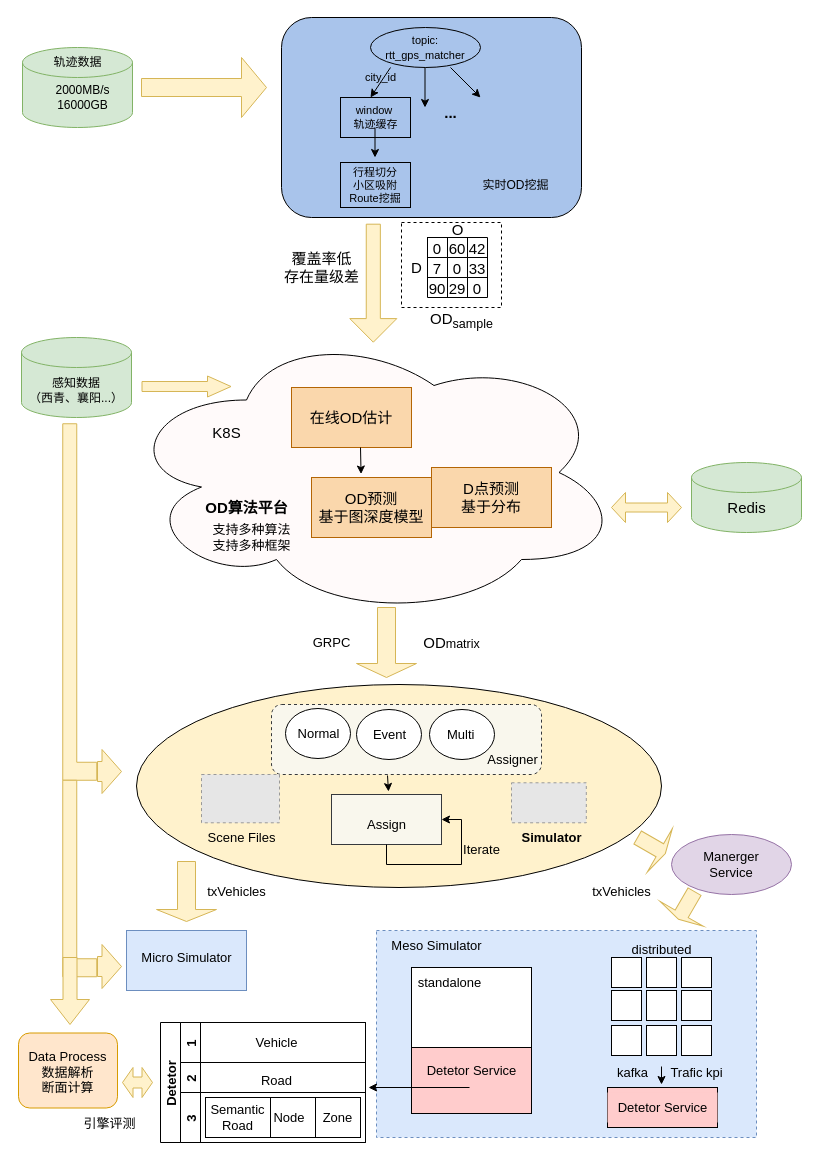
The draw.io diagram src/中微观一体化流程图Temp.drawio in Launche/traffic-simulation, before the edit. Source tidied: cells renumbered, new cells numbered last; positions are measured from the earlier drawing's top-left corner, leaving out a move shared by most shapes. Both pictures are drawn from the tidied source at 100%, with x=0, y=0 at pixel (-99, 17). Pictures stored in the file or linked from it are replaced by grey dashed boxes.
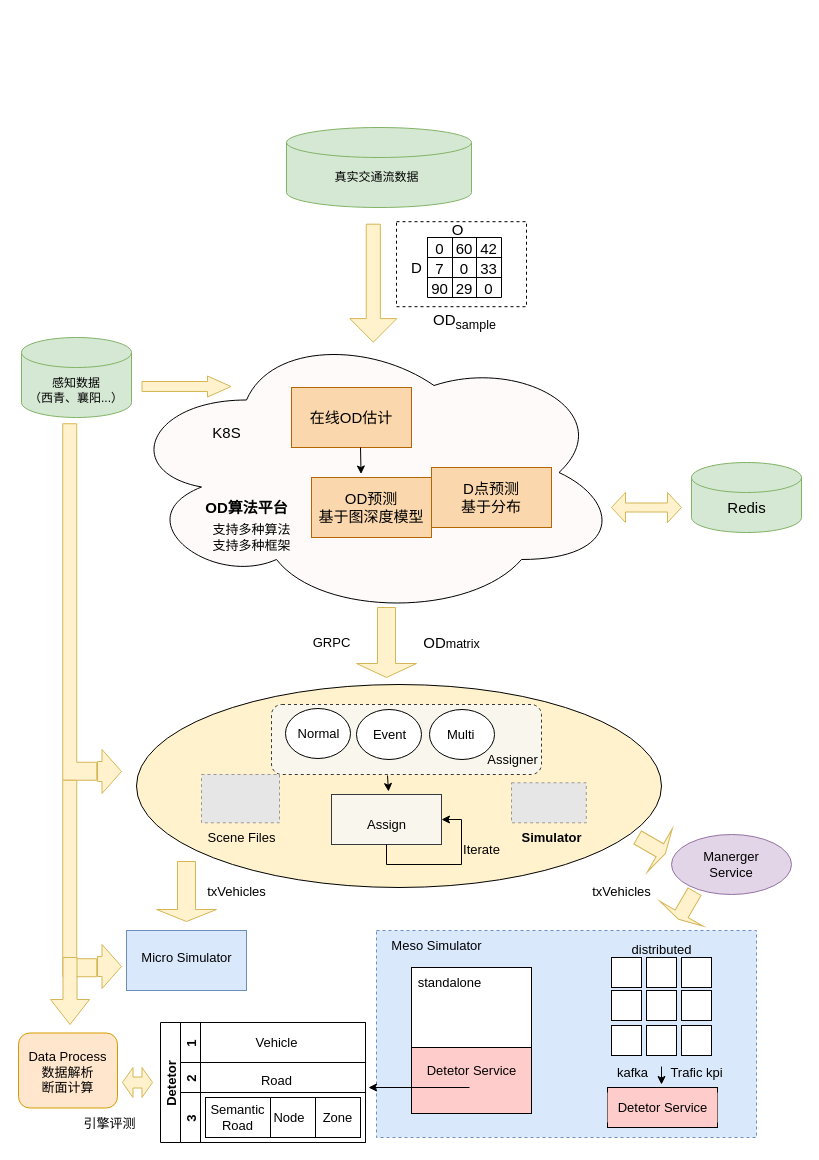
After the change.

Commit message (it also covers changes not shown here):
更新中微观一体化流程图Temp.drawio

What changed in the source:
```diff
@@
     <mxCell id="4" style="whiteSpace=wrap;html=1;fontSize=15;strokeColor=default;fillColor=#FFFFFF;dashed=1;" parent="1" vertex="1">
-      <mxGeometry x="500" y="205" width="100" height="85" as="geometry" />
+      <mxGeometry x="495" y="204.2" width="130" height="85" as="geometry" />
     </mxCell>
@@
     <mxCell id="6" style="shape=cylinder3;whiteSpace=wrap;html=1;boundedLbl=1;backgroundOutline=1;size=15;fillColor=#d5e8d4;strokeColor=#82b366;" parent="1" vertex="1">
-      <mxGeometry x="121" y="30" width="110" height="80" as="geometry" />
+      <mxGeometry x="385" y="110" width="185" height="80" as="geometry" />
     </mxCell>
-    <mxCell id="7" value="&lt;br&gt;&lt;span style=&quot;background-color: initial;&quot;&gt;2000MB/s &lt;br&gt;16000GB&lt;/span&gt;&lt;div&gt;&lt;br&gt;&lt;/div&gt;" style="text;html=1;align=center;verticalAlign=middle;strokeColor=none;fillColor=none;" parent="1" vertex="1">
-      <mxGeometry x="141" y="45" width="80" height="70" as="geometry" />
+    <mxCell id="7" value="真实交通流数据" style="text;html=1;align=center;verticalAlign=middle;strokeColor=none;fillColor=none;" parent="1" vertex="1">
+      <mxGeometry x="420" y="145" width="110" height="30" as="geometry" />
     </mxCell>
-    <mxCell id="8" value="轨迹数据" style="text;html=1;align=center;verticalAlign=middle;strokeColor=none;fillColor=none;" parent="1" vertex="1">
-      <mxGeometry x="141" y="30" width="70" height="30" as="geometry" />
-    </mxCell>
-    <mxCell id="9" style="rounded=1;whiteSpace=wrap;html=1;fillColor=#A9C4EB;" parent="1" vertex="1">
-      <mxGeometry x="380" width="300" height="200" as="geometry" />
-    </mxCell>
-    <mxCell id="10" value="实时OD挖掘" style="text;html=1;align=center;verticalAlign=middle;strokeColor=none;fillColor=none;" parent="1" vertex="1">
-      <mxGeometry x="569" y="152.5" width="90" height="30" as="geometry" />
-    </mxCell>
-    <mxCell id="11" value="&lt;font style=&quot;font-size: 11px;&quot;&gt;topic: rtt_gps_matcher&lt;/font&gt;" style="ellipse;whiteSpace=wrap;html=1;fillColor=#A9C4EB;" parent="1" vertex="1">
-      <mxGeometry x="469" y="10" width="110" height="40" as="geometry" />
-    </mxCell>
-    <mxCell id="12" style="endArrow=classic;html=1;rounded=0;fontSize=11;" parent="1" edge="1">
-      <mxGeometry relative="1" as="geometry">
-        <mxPoint x="489" y="50" as="sourcePoint" />
-        <mxPoint x="469" y="80" as="targetPoint" />
-      </mxGeometry>
-    </mxCell>
-    <mxCell id="13" value="city_id" style="text;html=1;align=center;verticalAlign=middle;strokeColor=none;fillColor=none;fontSize=11;" parent="1" vertex="1">
-      <mxGeometry x="449" y="45" width="60" height="30" as="geometry" />
-    </mxCell>
-    <mxCell id="14" style="endArrow=classic;html=1;rounded=0;fontSize=11;" parent="1" edge="1">
-      <mxGeometry relative="1" as="geometry">
-        <mxPoint x="523.5" y="50" as="sourcePoint" />
-        <mxPoint x="523.5" y="90" as="targetPoint" />
-      </mxGeometry>
-    </mxCell>
-    <mxCell id="15" style="endArrow=classic;html=1;rounded=0;fontSize=11;" parent="1" edge="1">
-      <mxGeometry relative="1" as="geometry">
-        <mxPoint x="549" y="50" as="sourcePoint" />
-        <mxPoint x="579" y="80" as="targetPoint" />
-      </mxGeometry>
-    </mxCell>
-    <mxCell id="16" style="ellipse;whiteSpace=wrap;html=1;fontSize=11;" parent="1" vertex="1">
-      <mxGeometry x="439" y="85" width="70" height="30" as="geometry" />
-    </mxCell>
-    <mxCell id="17" value="window&amp;nbsp;&lt;br&gt;轨迹缓存" style="text;html=1;align=center;verticalAlign=middle;strokeColor=default;fillColor=#A9C4EB;fontSize=11;" parent="1" vertex="1">
-      <mxGeometry x="439" y="80" width="70" height="40" as="geometry" />
-    </mxCell>
-    <mxCell id="18" style="endArrow=classic;html=1;rounded=0;fontSize=11;" parent="1" edge="1">
-      <mxGeometry relative="1" as="geometry">
-        <mxPoint x="473.5" y="110" as="sourcePoint" />
-        <mxPoint x="473.5" y="140" as="targetPoint" />
-      </mxGeometry>
-    </mxCell>
-    <mxCell id="19" value="行程切分&lt;br&gt;小区吸附&lt;br&gt;Route挖掘" style="whiteSpace=wrap;html=1;fontSize=11;fillColor=#A9C4EB;" parent="1" vertex="1">
-      <mxGeometry x="439" y="145" width="70" height="45" as="geometry" />
-    </mxCell>
-    <mxCell id="20" value="&lt;b&gt;&lt;font style=&quot;font-size: 15px;&quot;&gt;...&lt;/font&gt;&lt;/b&gt;" style="text;html=1;align=center;verticalAlign=middle;strokeColor=none;fillColor=none;fontSize=11;" parent="1" vertex="1">
-      <mxGeometry x="529" y="80" width="40" height="30" as="geometry" />
-    </mxCell>
@@
     <mxCell id="23" style="shape=table;html=1;whiteSpace=wrap;startSize=0;childLayout=tableLayout;fontSize=15;" parent="1" vertex="1">
-      <mxGeometry x="526" y="220" width="60" height="60" as="geometry" />
+      <mxGeometry x="526" y="220" width="74" height="60" as="geometry" />
     </mxCell>
     <mxCell id="24" style="shape=tableRow;horizontal=0;startSize=0;swimlaneHead=0;swimlaneBody=0;top=0;left=0;bottom=0;right=0;fillColor=none;fontSize=15;strokeColor=default;" parent="23" vertex="1">
-      <mxGeometry width="60" height="20" as="geometry" />
+      <mxGeometry width="74" height="20" as="geometry" />
     </mxCell>
     <mxCell id="25" value="0" style="shape=partialRectangle;html=1;whiteSpace=wrap;fillColor=none;top=0;left=0;bottom=0;right=0;overflow=hidden;fontSize=15;strokeColor=default;" parent="24" vertex="1">
-      <mxGeometry width="20" height="20" as="geometry" />
+      <mxGeometry width="25" height="20" as="geometry" />
     </mxCell>
     <mxCell id="26" value="60" style="shape=partialRectangle;html=1;whiteSpace=wrap;fillColor=none;top=0;left=0;bottom=0;right=0;overflow=hidden;fontSize=15;strokeColor=default;" parent="24" vertex="1">
-      <mxGeometry x="20" width="20" height="20" as="geometry" />
+      <mxGeometry x="25" width="24" height="20" as="geometry" />
     </mxCell>
     <mxCell id="27" value="42" style="shape=partialRectangle;html=1;whiteSpace=wrap;fillColor=none;top=0;left=0;bottom=0;right=0;overflow=hidden;fontSize=15;strokeColor=default;" parent="24" vertex="1">
-      <mxGeometry x="40" width="20" height="20" as="geometry" />
+      <mxGeometry x="49" width="25" height="20" as="geometry" />
     </mxCell>
     <mxCell id="28" style="shape=tableRow;horizontal=0;startSize=0;swimlaneHead=0;swimlaneBody=0;top=0;left=0;bottom=0;right=0;fillColor=none;fontSize=15;strokeColor=default;" parent="23" vertex="1">
-      <mxGeometry y="20" width="60" height="20" as="geometry" />
+      <mxGeometry y="20" width="74" height="20" as="geometry" />
     </mxCell>
     <mxCell id="29" value="7" style="shape=partialRectangle;html=1;whiteSpace=wrap;fillColor=none;top=0;left=0;bottom=0;right=0;overflow=hidden;fontSize=15;strokeColor=default;" parent="28" vertex="1">
-      <mxGeometry width="20" height="20" as="geometry" />
+      <mxGeometry width="25" height="20" as="geometry" />
     </mxCell>
     <mxCell id="30" value="0" style="shape=partialRectangle;html=1;whiteSpace=wrap;fillColor=none;top=0;left=0;bottom=0;right=0;overflow=hidden;fontSize=15;strokeColor=default;" parent="28" vertex="1">
-      <mxGeometry x="20" width="20" height="20" as="geometry" />
+      <mxGeometry x="25" width="24" height="20" as="geometry" />
     </mxCell>
     <mxCell id="31" value="33" style="shape=partialRectangle;html=1;whiteSpace=wrap;fillColor=none;top=0;left=0;bottom=0;right=0;overflow=hidden;fontSize=15;strokeColor=default;" parent="28" vertex="1">
-      <mxGeometry x="40" width="20" height="20" as="geometry" />
+      <mxGeometry x="49" width="25" height="20" as="geometry" />
     </mxCell>
     <mxCell id="32" style="shape=tableRow;horizontal=0;startSize=0;swimlaneHead=0;swimlaneBody=0;top=0;left=0;bottom=0;right=0;fillColor=none;fontSize=15;strokeColor=default;" parent="23" vertex="1">
-      <mxGeometry y="40" width="60" height="20" as="geometry" />
+      <mxGeometry y="40" width="74" height="20" as="geometry" />
     </mxCell>
     <mxCell id="33" value="90" style="shape=partialRectangle;html=1;whiteSpace=wrap;fillColor=none;top=0;left=0;bottom=0;right=0;overflow=hidden;fontSize=15;strokeColor=default;" parent="32" vertex="1">
-      <mxGeometry width="20" height="20" as="geometry" />
+      <mxGeometry width="25" height="20" as="geometry" />
     </mxCell>
     <mxCell id="34" value="29" style="shape=partialRectangle;html=1;whiteSpace=wrap;fillColor=none;top=0;left=0;bottom=0;right=0;overflow=hidden;fontSize=15;strokeColor=default;" parent="32" vertex="1">
-      <mxGeometry x="20" width="20" height="20" as="geometry" />
+      <mxGeometry x="25" width="24" height="20" as="geometry" />
     </mxCell>
     <mxCell id="35" value="0" style="shape=partialRectangle;html=1;whiteSpace=wrap;fillColor=none;top=0;left=0;bottom=0;right=0;overflow=hidden;fontSize=15;strokeColor=default;" parent="32" vertex="1">
-      <mxGeometry x="40" width="20" height="20" as="geometry" />
+      <mxGeometry x="49" width="25" height="20" as="geometry" />
     </mxCell>
@@
-    <mxCell id="40" value="覆盖率低&lt;br&gt;存在量级差" style="text;html=1;align=center;verticalAlign=middle;strokeColor=none;fillColor=none;fontSize=15;" parent="1" vertex="1">
-      <mxGeometry x="370" y="225" width="100" height="50" as="geometry" />
-    </mxCell>
     <mxCell id="41" value="OD&lt;sub&gt;sample&lt;/sub&gt;" style="text;html=1;align=center;verticalAlign=middle;strokeColor=none;fillColor=none;fontSize=15;" parent="1" vertex="1">
-      <mxGeometry x="515" y="288" width="90" height="30" as="geometry" />
+      <mxGeometry x="517.5" y="289.2" width="90" height="30" as="geometry" />
     </mxCell>
@@
-    <mxCell id="48" style="shape=singleArrow;whiteSpace=wrap;html=1;fontSize=15;strokeColor=#d6b656;fillColor=#fff2cc;" parent="1" vertex="1">
-      <mxGeometry x="240" y="40" width="125" height="60" as="geometry" />
-    </mxCell>
```
